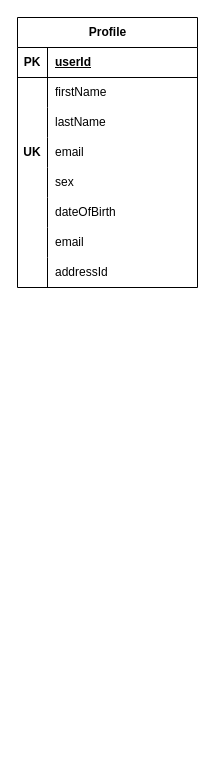
Earlier version of the draw.io diagram documentation/Relation models/drawio/socialnet_rm_version1.drawio (Josip1234/Social-net). Source tidied: cells renumbered, new cells numbered last; positions are measured from the earlier drawing's top-left corner, leaving out a move shared by most shapes. Both pictures are drawn from the tidied source at 100%, with x=0, y=0 at pixel (17, 17).
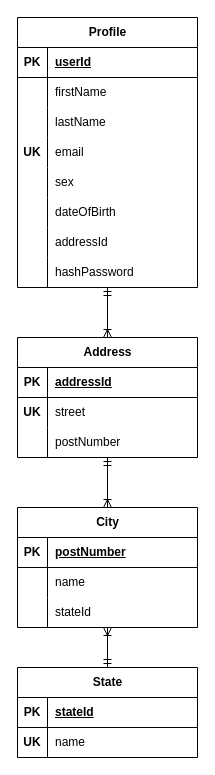
After the change.

Commit message:
finished first 4 table on first diagram

Unchanged cells that the change refers to:
```xml
<mxCell id="2" value="Profile" style="shape=table;startSize=30;childLayout=tableLayout;rowLines=0;fontStyle=1;align=center;html=1;" parent="1" vertex="1">
  <mxGeometry width="180" height="270" as="geometry" />
</mxCell>
```

Change to the diagram source:
```diff
@@
+    <mxCell id="27" style="edgeStyle=orthogonalEdgeStyle;rounded=0;jettySize=auto;html=1;entryX=0.5;entryY=0;entryDx=0;entryDy=0;endArrow=ERoneToMany;endFill=0;startArrow=ERmandOne;startFill=0;" parent="1" edge="1" source="2" target="32">
+      <mxGeometry relative="1" as="geometry" />
+    </mxCell>
@@
-    <mxCell id="21" style="shape=tableRow;horizontal=0;startSize=0;swimlaneHead=0;swimlaneBody=0;fillColor=none;top=0;left=0;right=0;bottom=0;" parent="2" vertex="1">
-      <mxGeometry y="210" width="180" height="30" as="geometry" />
-    </mxCell>
-    <mxCell id="22" style="shape=partialRectangle;fillColor=none;top=0;left=0;bottom=0;right=0;overflow=hidden;whiteSpace=wrap;html=1;" parent="21" vertex="1">
-      <mxGeometry width="30" height="30" as="geometry" />
-    </mxCell>
-    <mxCell id="23" value="email" style="shape=partialRectangle;fillColor=none;top=0;left=0;bottom=0;right=0;align=left;spacingLeft=6;overflow=hidden;whiteSpace=wrap;html=1;" parent="21" vertex="1">
-      <mxGeometry x="30" width="150" height="30" as="geometry" />
-    </mxCell>
     <mxCell id="24" style="shape=tableRow;horizontal=0;startSize=0;swimlaneHead=0;swimlaneBody=0;fillColor=none;top=0;left=0;right=0;bottom=0;" parent="2" vertex="1">
-      <mxGeometry y="240" width="180" height="30" as="geometry" />
+      <mxGeometry y="210" width="180" height="30" as="geometry" />
     </mxCell>
@@
+    <mxCell id="28" style="shape=tableRow;horizontal=0;startSize=0;swimlaneHead=0;swimlaneBody=0;fillColor=none;top=0;left=0;right=0;bottom=0;" parent="2" vertex="1">
+      <mxGeometry y="240" width="180" height="30" as="geometry" />
+    </mxCell>
+    <mxCell id="29" style="shape=partialRectangle;fillColor=none;top=0;left=0;bottom=0;right=0;overflow=hidden;whiteSpace=wrap;html=1;" parent="28" vertex="1">
+      <mxGeometry width="30" height="30" as="geometry" />
+    </mxCell>
+    <mxCell id="30" value="hashPassword" style="shape=partialRectangle;fillColor=none;top=0;left=0;bottom=0;right=0;align=left;spacingLeft=6;overflow=hidden;whiteSpace=wrap;html=1;" parent="28" vertex="1">
+      <mxGeometry x="30" width="150" height="30" as="geometry" />
+    </mxCell>
+    <mxCell id="31" style="edgeStyle=orthogonalEdgeStyle;rounded=0;jettySize=auto;html=1;entryX=0.5;entryY=0;entryDx=0;entryDy=0;endArrow=ERoneToMany;endFill=0;startArrow=ERmandOne;startFill=0;" parent="1" edge="1" source="32" target="43">
+      <mxGeometry relative="1" as="geometry" />
+    </mxCell>
+    <mxCell id="32" value="Address" style="shape=table;startSize=30;childLayout=tableLayout;rowLines=0;fontStyle=1;align=center;html=1;" parent="1" vertex="1">
+      <mxGeometry y="320" width="180" height="120" as="geometry" />
+    </mxCell>
+    <mxCell id="33" style="shape=tableRow;horizontal=0;startSize=0;swimlaneHead=0;swimlaneBody=0;fillColor=none;top=0;left=0;right=0;bottom=1;" parent="32" vertex="1">
+      <mxGeometry y="30" width="180" height="30" as="geometry" />
+    </mxCell>
+    <mxCell id="34" value="PK" style="shape=partialRectangle;fillColor=none;top=0;left=0;bottom=0;right=0;fontStyle=1;overflow=hidden;whiteSpace=wrap;html=1;" parent="33" vertex="1">
+      <mxGeometry width="30" height="30" as="geometry" />
+    </mxCell>
+    <mxCell id="35" value="addressId" style="shape=partialRectangle;fillColor=none;top=0;left=0;bottom=0;right=0;align=left;spacingLeft=6;fontStyle=5;overflow=hidden;whiteSpace=wrap;html=1;" parent="33" vertex="1">
+      <mxGeometry x="30" width="150" height="30" as="geometry" />
+    </mxCell>
+    <mxCell id="36" style="shape=tableRow;horizontal=0;startSize=0;swimlaneHead=0;swimlaneBody=0;fillColor=none;top=0;left=0;right=0;bottom=0;" parent="32" vertex="1">
+      <mxGeometry y="60" width="180" height="30" as="geometry" />
+    </mxCell>
+    <mxCell id="37" value="&lt;b&gt;UK&lt;/b&gt;" style="shape=partialRectangle;fillColor=none;top=0;left=0;bottom=0;right=0;overflow=hidden;whiteSpace=wrap;html=1;" parent="36" vertex="1">
+      <mxGeometry width="30" height="30" as="geometry" />
+    </mxCell>
+    <mxCell id="38" value="street" style="shape=partialRectangle;fillColor=none;top=0;left=0;bottom=0;right=0;align=left;spacingLeft=6;overflow=hidden;whiteSpace=wrap;html=1;" parent="36" vertex="1">
+      <mxGeometry x="30" width="150" height="30" as="geometry" />
+    </mxCell>
+    <mxCell id="39" style="shape=tableRow;horizontal=0;startSize=0;swimlaneHead=0;swimlaneBody=0;fillColor=none;top=0;left=0;right=0;bottom=0;" parent="32" vertex="1">
+      <mxGeometry y="90" width="180" height="30" as="geometry" />
+    </mxCell>
+    <mxCell id="40" style="shape=partialRectangle;fillColor=none;top=0;left=0;bottom=0;right=0;overflow=hidden;whiteSpace=wrap;html=1;" parent="39" vertex="1">
+      <mxGeometry width="30" height="30" as="geometry" />
+    </mxCell>
+    <mxCell id="41" value="postNumber" style="shape=partialRectangle;fillColor=none;top=0;left=0;bottom=0;right=0;align=left;spacingLeft=6;overflow=hidden;whiteSpace=wrap;html=1;" parent="39" vertex="1">
+      <mxGeometry x="30" width="150" height="30" as="geometry" />
+    </mxCell>
+    <mxCell id="42" style="edgeStyle=orthogonalEdgeStyle;rounded=0;jettySize=auto;html=1;entryX=0.5;entryY=0;entryDx=0;entryDy=0;endArrow=ERmandOne;endFill=0;startArrow=ERoneToMany;startFill=0;" parent="1" edge="1" source="43" target="53">
+      <mxGeometry relative="1" as="geometry" />
+    </mxCell>
+    <mxCell id="43" value="City" style="shape=table;startSize=30;childLayout=tableLayout;rowLines=0;fontStyle=1;align=center;html=1;" parent="1" vertex="1">
+      <mxGeometry y="490" width="180" height="120" as="geometry" />
+    </mxCell>
+    <mxCell id="44" style="shape=tableRow;horizontal=0;startSize=0;swimlaneHead=0;swimlaneBody=0;fillColor=none;top=0;left=0;right=0;bottom=1;" parent="43" vertex="1">
+      <mxGeometry y="30" width="180" height="30" as="geometry" />
+    </mxCell>
+    <mxCell id="45" value="PK" style="shape=partialRectangle;fillColor=none;top=0;left=0;bottom=0;right=0;fontStyle=1;overflow=hidden;whiteSpace=wrap;html=1;" parent="44" vertex="1">
+      <mxGeometry width="30" height="30" as="geometry" />
+    </mxCell>
+    <mxCell id="46" value="postNumber" style="shape=partialRectangle;fillColor=none;top=0;left=0;bottom=0;right=0;align=left;spacingLeft=6;fontStyle=5;overflow=hidden;whiteSpace=wrap;html=1;" parent="44" vertex="1">
+      <mxGeometry x="30" width="150" height="30" as="geometry" />
+    </mxCell>
+    <mxCell id="47" style="shape=tableRow;horizontal=0;startSize=0;swimlaneHead=0;swimlaneBody=0;fillColor=none;top=0;left=0;right=0;bottom=0;" parent="43" vertex="1">
+      <mxGeometry y="60" width="180" height="30" as="geometry" />
+    </mxCell>
+    <mxCell id="48" style="shape=partialRectangle;fillColor=none;top=0;left=0;bottom=0;right=0;overflow=hidden;whiteSpace=wrap;html=1;" parent="47" vertex="1">
+      <mxGeometry width="30" height="30" as="geometry" />
+    </mxCell>
+    <mxCell id="49" value="name" style="shape=partialRectangle;fillColor=none;top=0;left=0;bottom=0;right=0;align=left;spacingLeft=6;overflow=hidden;whiteSpace=wrap;html=1;" parent="47" vertex="1">
+      <mxGeometry x="30" width="150" height="30" as="geometry" />
+    </mxCell>
+    <mxCell id="50" style="shape=tableRow;horizontal=0;startSize=0;swimlaneHead=0;swimlaneBody=0;fillColor=none;top=0;left=0;right=0;bottom=0;" parent="43" vertex="1">
+      <mxGeometry y="90" width="180" height="30" as="geometry" />
+    </mxCell>
+    <mxCell id="51" style="shape=partialRectangle;fillColor=none;top=0;left=0;bottom=0;right=0;overflow=hidden;whiteSpace=wrap;html=1;" parent="50" vertex="1">
+      <mxGeometry width="30" height="30" as="geometry" />
+    </mxCell>
+    <mxCell id="52" value="stateId" style="shape=partialRectangle;fillColor=none;top=0;left=0;bottom=0;right=0;align=left;spacingLeft=6;overflow=hidden;whiteSpace=wrap;html=1;" parent="50" vertex="1">
+      <mxGeometry x="30" width="150" height="30" as="geometry" />
+    </mxCell>
+    <mxCell id="53" value="State" style="shape=table;startSize=30;childLayout=tableLayout;rowLines=0;fontStyle=1;align=center;html=1;" parent="1" vertex="1">
+      <mxGeometry y="650" width="180" height="90" as="geometry" />
+    </mxCell>
+    <mxCell id="54" style="shape=tableRow;horizontal=0;startSize=0;swimlaneHead=0;swimlaneBody=0;fillColor=none;top=0;left=0;right=0;bottom=1;" parent="53" vertex="1">
+      <mxGeometry y="30" width="180" height="30" as="geometry" />
+    </mxCell>
+    <mxCell id="55" value="PK" style="shape=partialRectangle;fillColor=none;top=0;left=0;bottom=0;right=0;fontStyle=1;overflow=hidden;whiteSpace=wrap;html=1;" parent="54" vertex="1">
+      <mxGeometry width="30" height="30" as="geometry" />
+    </mxCell>
+    <mxCell id="56" value="stateId" style="shape=partialRectangle;fillColor=none;top=0;left=0;bottom=0;right=0;align=left;spacingLeft=6;fontStyle=5;overflow=hidden;whiteSpace=wrap;html=1;" parent="54" vertex="1">
+      <mxGeometry x="30" width="150" height="30" as="geometry" />
+    </mxCell>
+    <mxCell id="57" style="shape=tableRow;horizontal=0;startSize=0;swimlaneHead=0;swimlaneBody=0;fillColor=none;top=0;left=0;right=0;bottom=0;" parent="53" vertex="1">
+      <mxGeometry y="60" width="180" height="30" as="geometry" />
+    </mxCell>
+    <mxCell id="58" value="&lt;b&gt;UK&lt;/b&gt;" style="shape=partialRectangle;fillColor=none;top=0;left=0;bottom=0;right=0;overflow=hidden;whiteSpace=wrap;html=1;" parent="57" vertex="1">
+      <mxGeometry width="30" height="30" as="geometry" />
+    </mxCell>
+    <mxCell id="59" value="name" style="shape=partialRectangle;fillColor=none;top=0;left=0;bottom=0;right=0;align=left;spacingLeft=6;overflow=hidden;whiteSpace=wrap;html=1;" parent="57" vertex="1">
+      <mxGeometry x="30" width="150" height="30" as="geometry" />
+    </mxCell>
```
